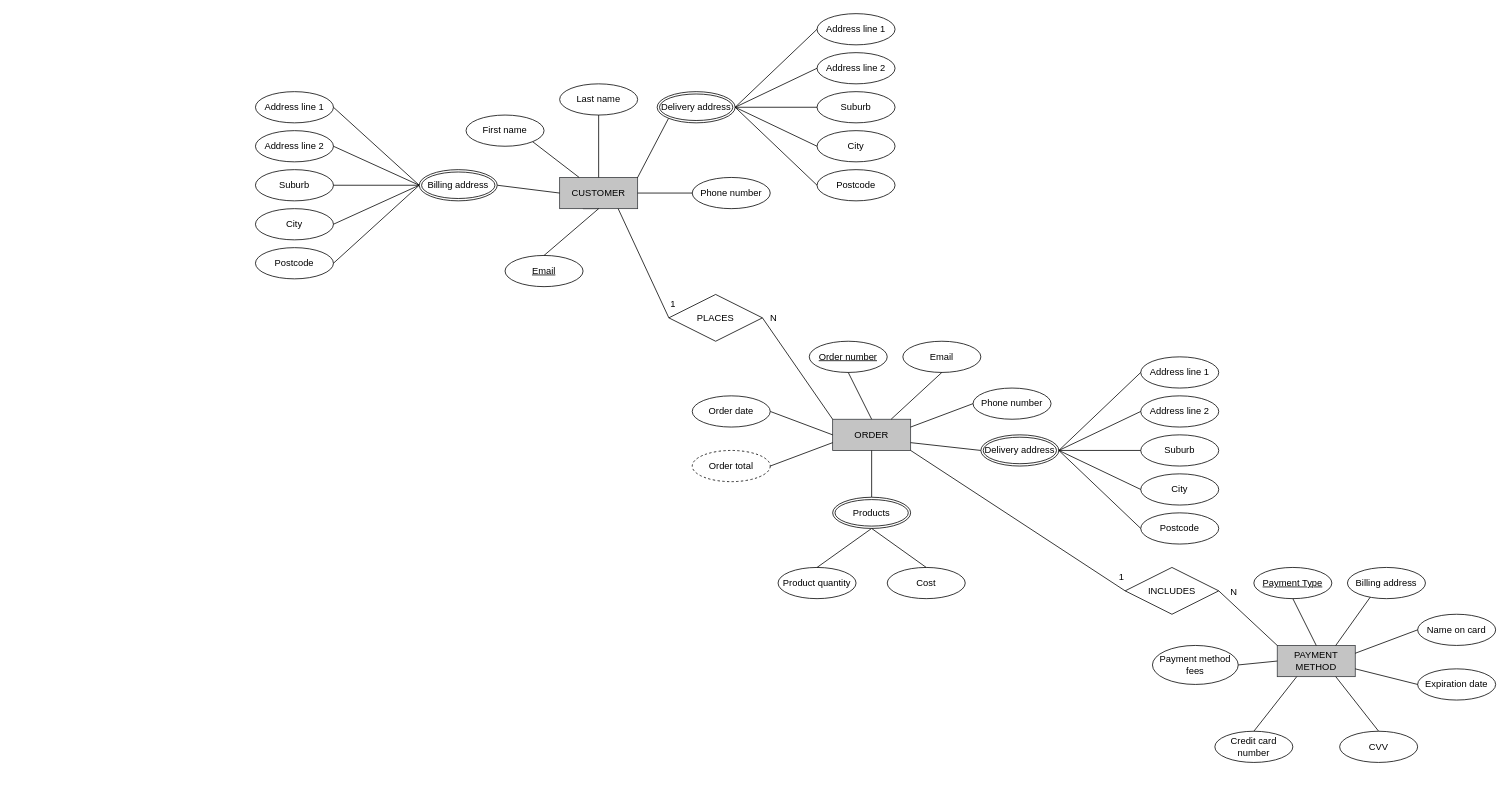
Above: online_food_store.drawio in ThibaudARoy/Group5EntityRelationshipDiagram (draw.io), before the change. Source tidied: cells renumbered, new cells numbered last; positions are measured from the earlier drawing's top-left corner, leaving out a move shared by most shapes. Both pictures are drawn from the tidied source at 78%, with x=0, y=0 at pixel (255, 13).
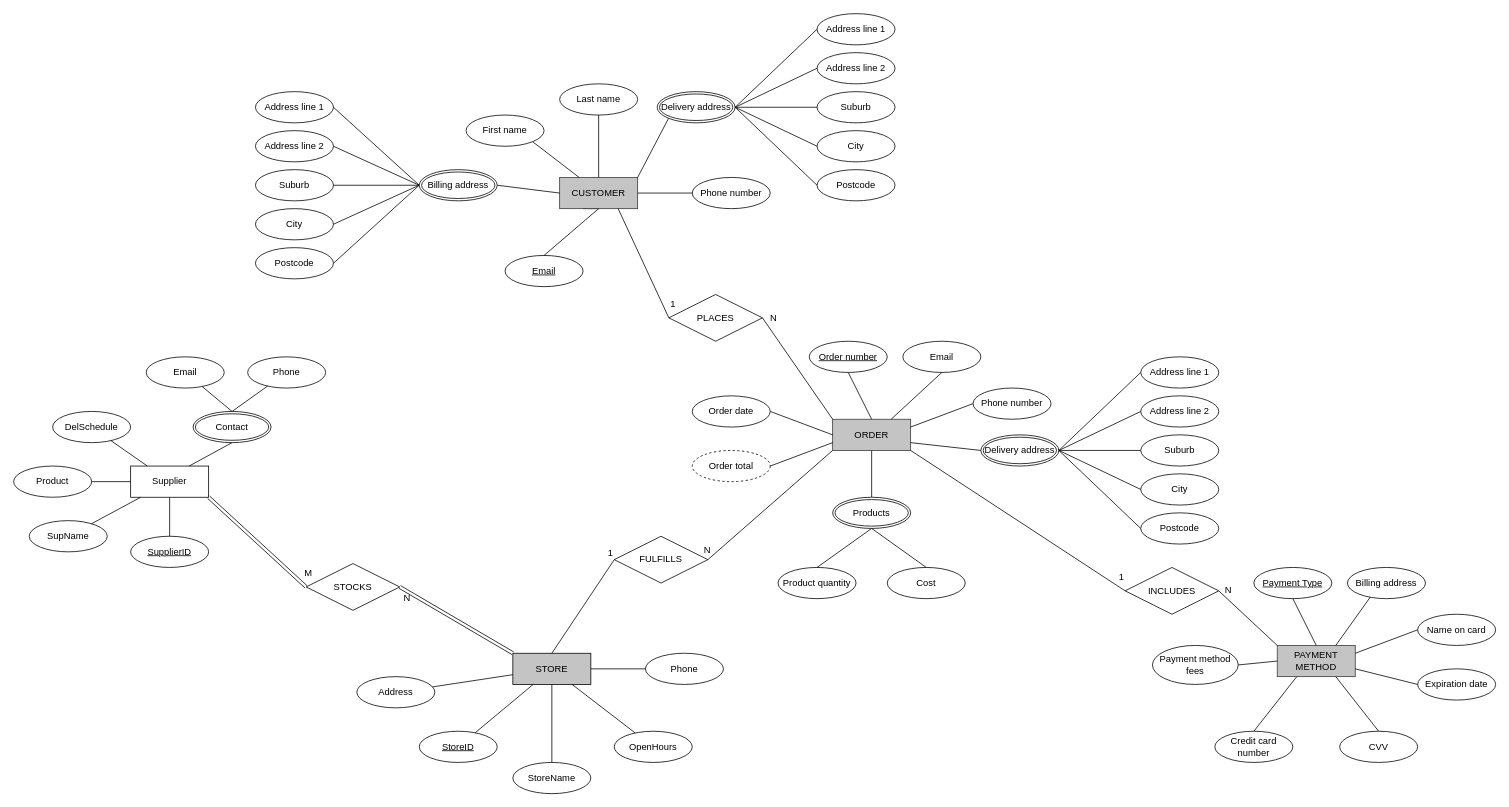
After the change.

Commit message:
combined vincent

The change refers to these unchanged cells:
```xml
<mxCell id="14" value="ORDER" style="whiteSpace=wrap;html=1;align=center;fillColor=#C4C4C4;strokeColor=#36393d;" parent="1" vertex="1">
  <mxGeometry x="740" y="520" width="100" height="40" as="geometry" />
</mxCell>
<mxCell id="68" style="endArrow=none;html=1;rounded=0;entryX=0;entryY=0;entryDx=0;entryDy=0;exitX=1;exitY=0.5;exitDx=0;exitDy=0;" parent="1" edge="1" source="67">
  <mxGeometry relative="1" as="geometry">
    <mxPoint x="1310" y="810" as="targetPoint" />
  </mxGeometry>
</mxCell>
```

What changed in the source:
```diff
@@
     <mxCell id="69" value="N" style="html=1;whiteSpace=wrap;align=right;verticalAlign=bottom;" parent="68" vertex="1">
       <mxGeometry x="1" relative="1" as="geometry">
-        <mxPoint x="-50" y="-60" as="offset" />
+        <mxPoint x="-57" y="-63" as="offset" />
       </mxGeometry>
     </mxCell>
@@
+    <mxCell id="90" value="STORE" style="whiteSpace=wrap;html=1;align=center;fillColor=#c4c4c4;" parent="1" vertex="1">
+      <mxGeometry x="330" y="820" width="100" height="40" as="geometry" />
+    </mxCell>
+    <mxCell id="91" value="&lt;u&gt;StoreID&lt;/u&gt;" style="ellipse;whiteSpace=wrap;html=1;align=center;" parent="1" vertex="1">
+      <mxGeometry x="210" y="920" width="100" height="40" as="geometry" />
+    </mxCell>
+    <mxCell id="92" value="Phone" style="ellipse;whiteSpace=wrap;html=1;align=center;" parent="1" vertex="1">
+      <mxGeometry x="500" y="820" width="100" height="40" as="geometry" />
+    </mxCell>
+    <mxCell id="93" value="StoreName" style="ellipse;whiteSpace=wrap;html=1;align=center;" parent="1" vertex="1">
+      <mxGeometry x="330" y="960" width="100" height="40" as="geometry" />
+    </mxCell>
+    <mxCell id="94" value="Address" style="ellipse;whiteSpace=wrap;html=1;align=center;" parent="1" vertex="1">
+      <mxGeometry x="130" y="850" width="100" height="40" as="geometry" />
+    </mxCell>
+    <mxCell id="95" style="endArrow=none;html=1;rounded=0;" parent="1" edge="1" source="90" target="92">
+      <mxGeometry relative="1" as="geometry" />
+    </mxCell>
+    <mxCell id="96" style="endArrow=none;html=1;rounded=0;" parent="1" edge="1" source="90" target="93">
+      <mxGeometry relative="1" as="geometry" />
+    </mxCell>
+    <mxCell id="97" style="endArrow=none;html=1;rounded=0;" parent="1" edge="1" source="91" target="90">
+      <mxGeometry relative="1" as="geometry" />
+    </mxCell>
+    <mxCell id="98" style="endArrow=none;html=1;rounded=0;" parent="1" edge="1" source="94" target="90">
+      <mxGeometry relative="1" as="geometry" />
+    </mxCell>
+    <mxCell id="99" style="endArrow=none;html=1;rounded=0;" parent="1" edge="1" source="90" target="100">
+      <mxGeometry relative="1" as="geometry" />
+    </mxCell>
+    <mxCell id="100" value="OpenHours" style="ellipse;whiteSpace=wrap;html=1;align=center;" parent="1" vertex="1">
+      <mxGeometry x="460" y="920" width="100" height="40" as="geometry" />
+    </mxCell>
+    <mxCell id="101" value="FULFILLS" style="shape=rhombus;perimeter=rhombusPerimeter;whiteSpace=wrap;html=1;align=center;" parent="1" vertex="1">
+      <mxGeometry x="460" y="670" width="120" height="60" as="geometry" />
+    </mxCell>
+    <mxCell id="102" style="endArrow=none;html=1;rounded=0;exitX=0.5;exitY=0;exitDx=0;exitDy=0;entryX=0;entryY=0.5;entryDx=0;entryDy=0;" parent="1" edge="1" source="90" target="101">
+      <mxGeometry relative="1" as="geometry" />
+    </mxCell>
+    <mxCell id="103" value="1" style="html=1;whiteSpace=wrap;align=right;verticalAlign=bottom;" parent="102" vertex="1">
+      <mxGeometry x="1" relative="1" as="geometry" />
+    </mxCell>
+    <mxCell id="104" style="endArrow=none;html=1;rounded=0;exitX=1;exitY=0.5;exitDx=0;exitDy=0;entryX=0;entryY=1;entryDx=0;entryDy=0;" parent="1" edge="1" source="101" target="14">
+      <mxGeometry relative="1" as="geometry" />
+    </mxCell>
+    <mxCell id="105" value="N" style="html=1;whiteSpace=wrap;align=right;verticalAlign=bottom;" parent="104" vertex="1">
+      <mxGeometry x="1" relative="1" as="geometry">
+        <mxPoint x="-155" y="136" as="offset" />
+      </mxGeometry>
+    </mxCell>
+    <mxCell id="106" value="Supplier" style="whiteSpace=wrap;html=1;align=center;" parent="1" vertex="1">
+      <mxGeometry x="-160" y="580" width="100" height="40" as="geometry" />
+    </mxCell>
+    <mxCell id="107" value="&lt;u&gt;SupplierID&lt;/u&gt;" style="ellipse;whiteSpace=wrap;html=1;align=center;" parent="1" vertex="1">
+      <mxGeometry x="-160" y="670" width="100" height="40" as="geometry" />
+    </mxCell>
+    <mxCell id="108" value="DelSchedule" style="ellipse;whiteSpace=wrap;html=1;align=center;" parent="1" vertex="1">
+      <mxGeometry x="-260" y="510" width="100" height="40" as="geometry" />
+    </mxCell>
+    <mxCell id="109" value="Email" style="ellipse;whiteSpace=wrap;html=1;align=center;" parent="1" vertex="1">
+      <mxGeometry x="-140" y="440" width="100" height="40" as="geometry" />
+    </mxCell>
+    <mxCell id="110" value="Phone" style="ellipse;whiteSpace=wrap;html=1;align=center;" parent="1" vertex="1">
+      <mxGeometry x="-10" y="440" width="100" height="40" as="geometry" />
+    </mxCell>
+    <mxCell id="111" style="endArrow=none;html=1;rounded=0;entryX=0.5;entryY=0;entryDx=0;entryDy=0;" parent="1" edge="1" source="109" target="125">
+      <mxGeometry relative="1" as="geometry" />
+    </mxCell>
+    <mxCell id="112" style="endArrow=none;html=1;rounded=0;entryX=0.5;entryY=0;entryDx=0;entryDy=0;" parent="1" edge="1" source="110" target="125">
+      <mxGeometry relative="1" as="geometry" />
+    </mxCell>
+    <mxCell id="113" style="endArrow=none;html=1;rounded=0;" parent="1" edge="1" source="107" target="106">
+      <mxGeometry relative="1" as="geometry" />
+    </mxCell>
+    <mxCell id="114" style="endArrow=none;html=1;rounded=0;" parent="1" edge="1" source="108" target="106">
+      <mxGeometry relative="1" as="geometry" />
+    </mxCell>
+    <mxCell id="115" style="endArrow=none;html=1;rounded=0;exitX=0.5;exitY=1;exitDx=0;exitDy=0;entryX=0.75;entryY=0;entryDx=0;entryDy=0;" parent="1" edge="1" source="125" target="106">
+      <mxGeometry relative="1" as="geometry" />
+    </mxCell>
+    <mxCell id="116" value="SupName" style="ellipse;whiteSpace=wrap;html=1;align=center;" parent="1" vertex="1">
+      <mxGeometry x="-290" y="650" width="100" height="40" as="geometry" />
+    </mxCell>
+    <mxCell id="117" style="endArrow=none;html=1;rounded=0;" parent="1" edge="1" source="106" target="116">
+      <mxGeometry relative="1" as="geometry" />
+    </mxCell>
+    <mxCell id="118" value="Product" style="ellipse;whiteSpace=wrap;html=1;align=center;" parent="1" vertex="1">
+      <mxGeometry x="-310" y="580" width="100" height="40" as="geometry" />
+    </mxCell>
+    <mxCell id="119" style="endArrow=none;html=1;rounded=0;" parent="1" edge="1" source="106" target="118">
+      <mxGeometry relative="1" as="geometry" />
+    </mxCell>
+    <mxCell id="120" style="shape=link;html=1;rounded=0;entryX=0;entryY=0.5;entryDx=0;entryDy=0;exitX=1;exitY=1;exitDx=0;exitDy=0;" parent="1" edge="1" source="106" target="122">
+      <mxGeometry relative="1" as="geometry" />
+    </mxCell>
+    <mxCell id="121" value="M" style="html=1;whiteSpace=wrap;align=right;verticalAlign=bottom;" parent="120" vertex="1">
+      <mxGeometry x="1" relative="1" as="geometry">
+        <mxPoint x="9" y="-9" as="offset" />
+      </mxGeometry>
+    </mxCell>
+    <mxCell id="122" value="STOCKS" style="shape=rhombus;perimeter=rhombusPerimeter;whiteSpace=wrap;html=1;align=center;" parent="1" vertex="1">
+      <mxGeometry x="65" y="705" width="120" height="60" as="geometry" />
+    </mxCell>
+    <mxCell id="123" style="shape=link;html=1;rounded=0;entryX=0;entryY=0;entryDx=0;entryDy=0;exitX=1;exitY=0.5;exitDx=0;exitDy=0;" parent="1" edge="1" source="122" target="90">
+      <mxGeometry relative="1" as="geometry" />
+    </mxCell>
+    <mxCell id="124" value="N" style="html=1;whiteSpace=wrap;align=right;verticalAlign=bottom;" parent="123" vertex="1">
+      <mxGeometry x="1" relative="1" as="geometry">
+        <mxPoint x="-130" y="-62" as="offset" />
+      </mxGeometry>
+    </mxCell>
+    <mxCell id="125" value="Contact" style="ellipse;shape=doubleEllipse;margin=3;whiteSpace=wrap;html=1;align=center;" parent="1" vertex="1">
+      <mxGeometry x="-80" y="510" width="100" height="40" as="geometry" />
+    </mxCell>
```
